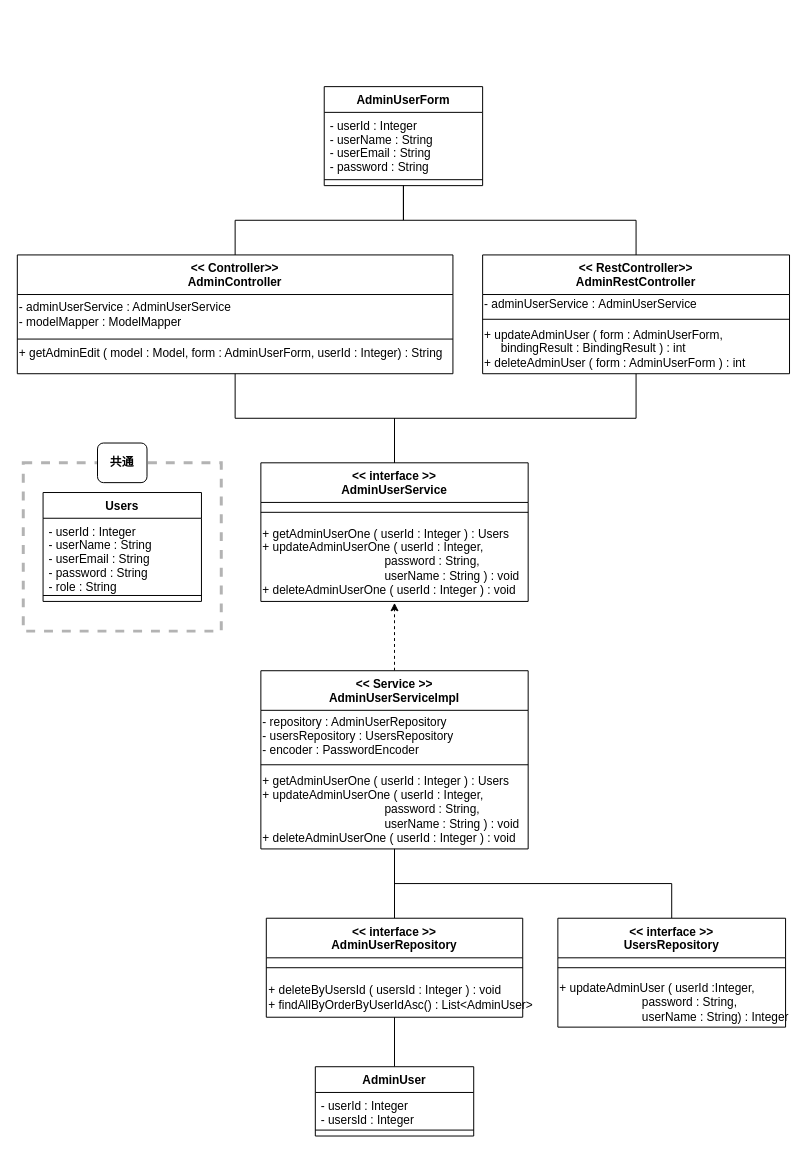
kumikoarai/ecsite keeps this draw.io diagram as page "管理者編集機能（管理者用）" (2 of 8) of クラス図4.drawio. Above is the earlier version. Source tidied: cells renumbered, new cells numbered last; positions are measured from the earlier drawing's top-left corner, leaving out a move shared by most shapes. Both pictures are drawn from the tidied source at 99%, with x=0, y=0 at pixel (17, 86).
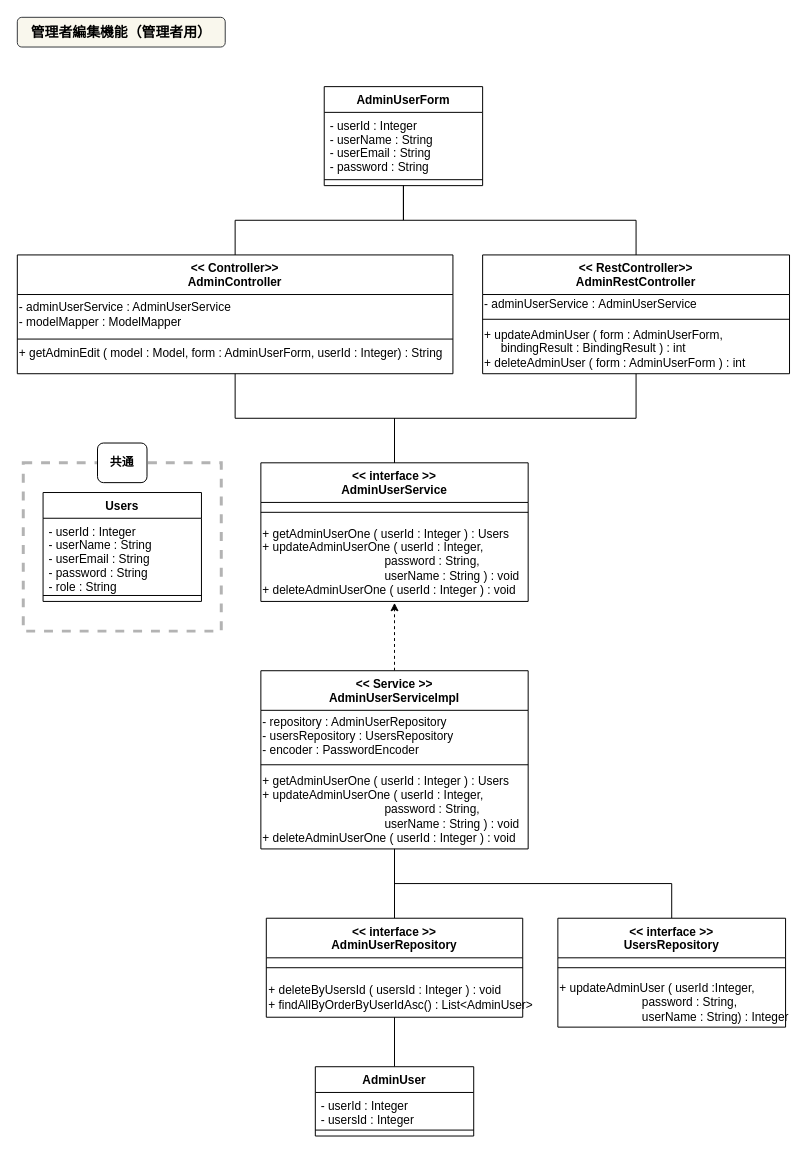
The same page after the edit.

Diff of the diagram source:
```diff
@@
+    <mxCell id="42" value="管理者編集機能（管理者用）" style="rounded=1;whiteSpace=wrap;html=1;fontStyle=1;fontSize=14;labelBackgroundColor=none;fillColor=#f9f7ed;strokeColor=#36393d;" parent="1" vertex="1">
+      <mxGeometry y="-70" width="210" height="30" as="geometry" />
+    </mxCell>
```
